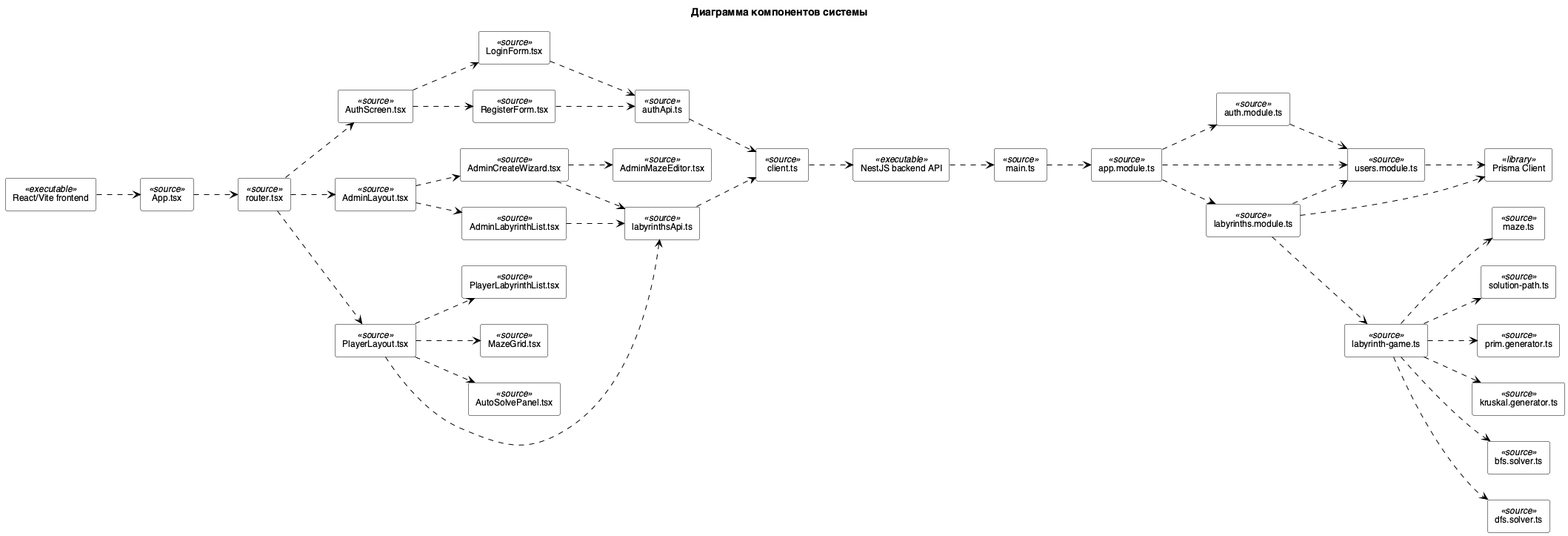
This is diagrams/components/component-diagram.png from ozcnii/software-engineering, a PlantUML export, as it was before one commit.
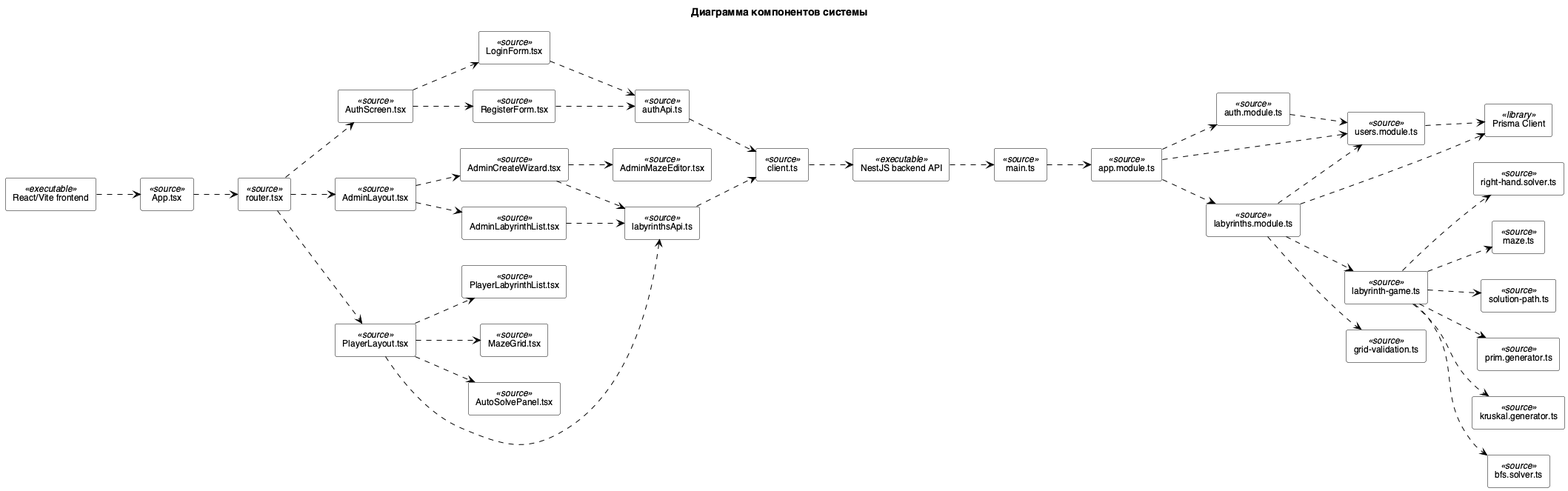
Later version of the same file.

What changed in the source:
```diff
@@ -44,7 +44,8 @@
 component "prim.generator.ts" <<source>> as PrimGenerator
 component "kruskal.generator.ts" <<source>> as KruskalGenerator
 component "bfs.solver.ts" <<source>> as BfsSolver
-component "dfs.solver.ts" <<source>> as DfsSolver
+component "right-hand.solver.ts" <<source>> as RightHandSolver
+component "grid-validation.ts" <<source>> as GridValidation
 component "Prisma Client" <<library>> as PrismaClient
 
 Frontend ..> App
@@ -83,7 +84,8 @@
 LabyrinthGame ..> PrimGenerator
 LabyrinthGame ..> KruskalGenerator
 LabyrinthGame ..> BfsSolver
-LabyrinthGame ..> DfsSolver
+LabyrinthGame ..> RightHandSolver
+LabyrinthsModule ..> GridValidation
 UsersModule ..> PrismaClient
 LabyrinthsModule ..> PrismaClient
 
```
